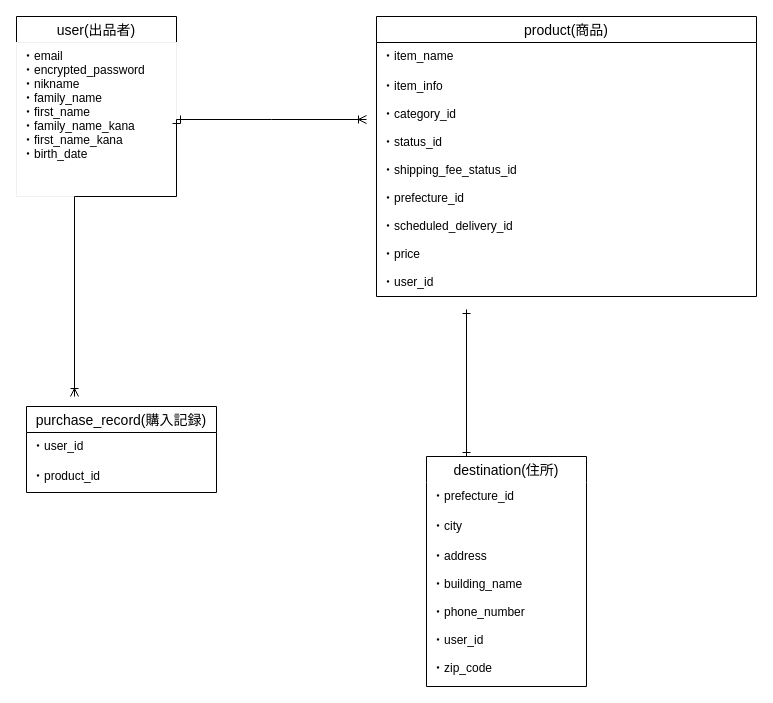
Before: ER図.dio in Libeka/furima-34260, a draw.io diagram. Source tidied: cells renumbered, new cells numbered last; positions are measured from the earlier drawing's top-left corner, leaving out a move shared by most shapes. Both pictures are drawn from the tidied source at 100%, with x=0, y=0 at pixel (16, 16).
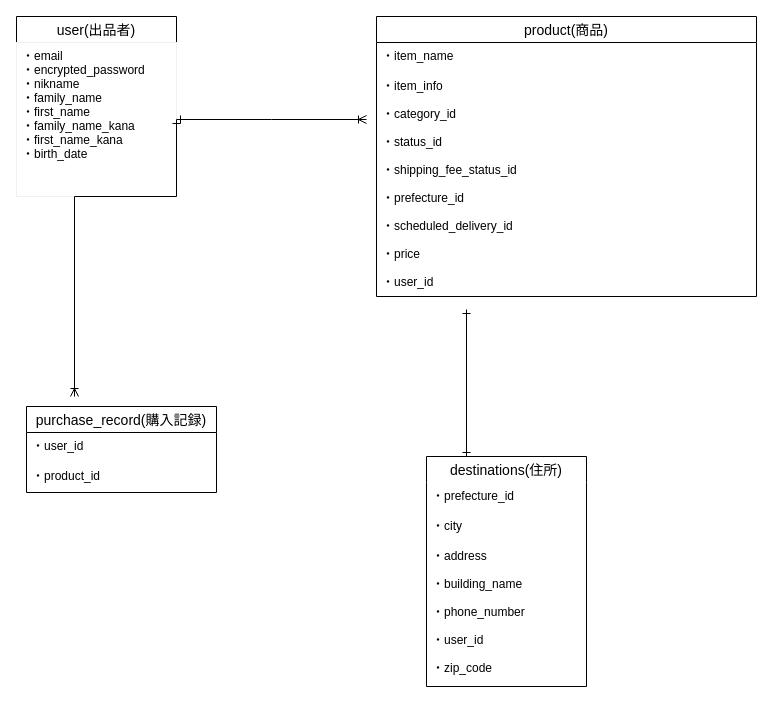
Above is the later version.

Diff of the diagram source:
```diff
@@
-    <mxCell id="8" value="destination(住所)" style="swimlane;fontStyle=0;horizontal=1;startSize=26;align=center;fontSize=14;swimlaneLine=0;" parent="1" vertex="1">
+    <mxCell id="8" value="destinations(住所)" style="swimlane;fontStyle=0;horizontal=1;startSize=26;align=center;fontSize=14;swimlaneLine=0;" parent="1" vertex="1">
       <mxGeometry x="410" y="440" width="160" height="230" as="geometry" />
     </mxCell>
```
